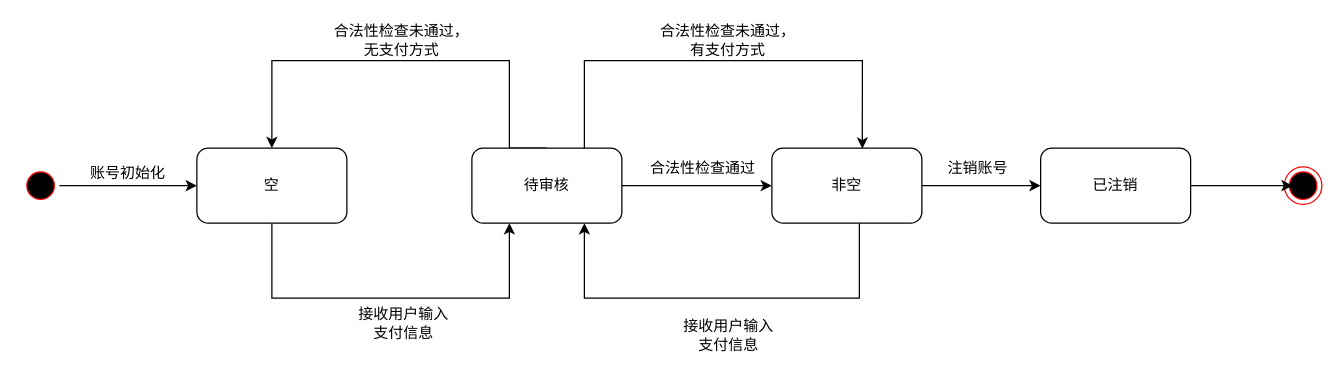
The draw.io diagram Wallet状态图.drawio in PomeloLemon/SoftwareDiagrams, before the edit. Source tidied: cells renumbered, new cells numbered last; positions are measured from the earlier drawing's top-left corner, leaving out a move shared by most shapes. Both pictures are drawn from the tidied source at 125%, with x=0, y=0 at pixel (21, 21).
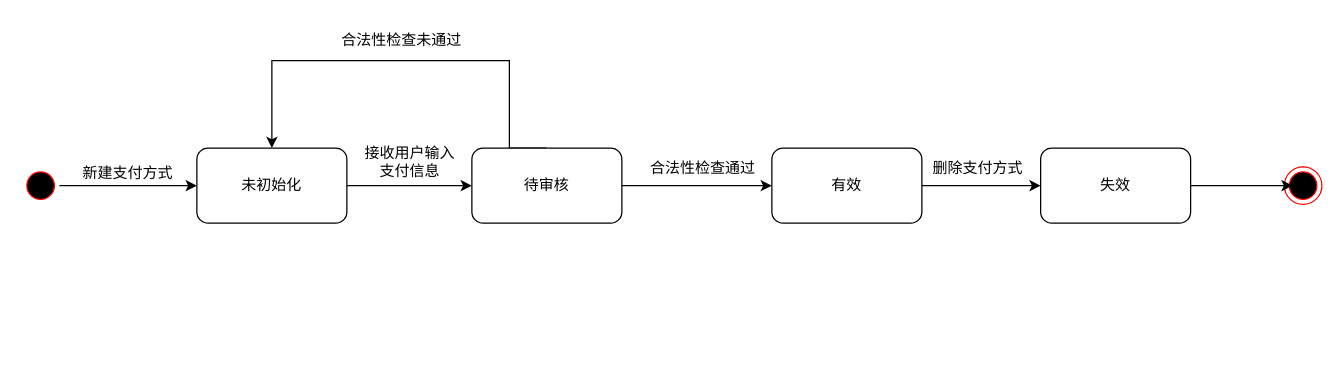
After the change.

Commit message:
更新Wallet状态图.drawio

The change refers to these unchanged cells:
```xml
<mxCell id="9" value="待审核" style="rounded=1;whiteSpace=wrap;html=1;" parent="1" vertex="1">
  <mxGeometry x="360" y="101" width="120" height="60" as="geometry" />
</mxCell>
```

What changed in the source:
```diff
@@
-    <mxCell id="2" style="edgeStyle=orthogonalEdgeStyle;rounded=0;jettySize=auto;html=1;entryX=0.25;entryY=1;entryDx=0;entryDy=0;" parent="1" edge="1" source="3" target="9">
-      <mxGeometry relative="1" as="geometry">
-        <Array as="points">
-          <mxPoint x="200" y="221" />
-          <mxPoint x="390" y="221" />
-        </Array>
-      </mxGeometry>
+    <mxCell id="2" style="edgeStyle=orthogonalEdgeStyle;rounded=0;jettySize=auto;html=1;entryX=0;entryY=0.5;entryDx=0;entryDy=0;" parent="1" edge="1" source="3" target="9">
+      <mxGeometry relative="1" as="geometry" />
     </mxCell>
-    <mxCell id="3" value="空" style="rounded=1;whiteSpace=wrap;html=1;" parent="1" vertex="1">
+    <mxCell id="3" value="未初始化" style="rounded=1;whiteSpace=wrap;html=1;" parent="1" vertex="1">
       <mxGeometry x="140" y="101" width="120" height="60" as="geometry" />
     </mxCell>
@@
-    <mxCell id="6" value="账号初始化" style="text;html=1;strokeColor=none;fillColor=none;align=center;verticalAlign=middle;whiteSpace=wrap;rounded=0;" parent="1" vertex="1">
+    <mxCell id="6" value="新建支付方式" style="text;html=1;strokeColor=none;fillColor=none;align=center;verticalAlign=middle;whiteSpace=wrap;rounded=0;" parent="1" vertex="1">
       <mxGeometry x="20" y="106" width="130" height="30" as="geometry" />
     </mxCell>
@@
     <mxCell id="10" value="接收用户输入&lt;br&gt;支付信息" style="text;html=1;align=center;verticalAlign=middle;strokeColor=none;fillColor=none;" parent="1" vertex="1">
-      <mxGeometry x="255" y="221" width="100" height="40" as="geometry" />
+      <mxGeometry x="260" y="92" width="100" height="40" as="geometry" />
     </mxCell>
-    <mxCell id="11" style="edgeStyle=orthogonalEdgeStyle;rounded=0;jettySize=auto;html=1;entryX=0.75;entryY=1;entryDx=0;entryDy=0;" parent="1" edge="1" source="13" target="9">
-      <mxGeometry relative="1" as="geometry">
-        <Array as="points">
-          <mxPoint x="670" y="221" />
-          <mxPoint x="450" y="221" />
-        </Array>
-      </mxGeometry>
-    </mxCell>
@@
-    <mxCell id="13" value="非空" style="rounded=1;whiteSpace=wrap;html=1;" parent="1" vertex="1">
+    <mxCell id="13" value="有效" style="rounded=1;whiteSpace=wrap;html=1;" parent="1" vertex="1">
       <mxGeometry x="600" y="101" width="120" height="60" as="geometry" />
     </mxCell>
@@
-    <mxCell id="15" value="注销账号" style="text;html=1;strokeColor=none;fillColor=none;align=center;verticalAlign=middle;whiteSpace=wrap;rounded=0;" parent="1" vertex="1">
+    <mxCell id="15" value="删除支付方式" style="text;html=1;strokeColor=none;fillColor=none;align=center;verticalAlign=middle;whiteSpace=wrap;rounded=0;" parent="1" vertex="1">
       <mxGeometry x="700" y="102" width="130" height="30" as="geometry" />
     </mxCell>
-    <mxCell id="16" value="合法性检查未通过，&lt;br&gt;无支付方式" style="text;html=1;strokeColor=none;fillColor=none;align=center;verticalAlign=middle;whiteSpace=wrap;rounded=0;" parent="1" vertex="1">
+    <mxCell id="16" value="合法性检查未通过" style="text;html=1;strokeColor=none;fillColor=none;align=center;verticalAlign=middle;whiteSpace=wrap;rounded=0;" parent="1" vertex="1">
       <mxGeometry x="229" width="150" height="30" as="geometry" />
     </mxCell>
@@
-    <mxCell id="18" value="合法性检查未通过，&lt;br&gt;有支付方式" style="text;html=1;strokeColor=none;fillColor=none;align=center;verticalAlign=middle;whiteSpace=wrap;rounded=0;" parent="1" vertex="1">
-      <mxGeometry x="490" width="150" height="30" as="geometry" />
-    </mxCell>
-    <mxCell id="19" style="edgeStyle=orthogonalEdgeStyle;rounded=0;jettySize=auto;html=1;exitX=0.75;exitY=0;exitDx=0;exitDy=0;entryX=0.603;entryY=0.007;entryDx=0;entryDy=0;entryPerimeter=0;" parent="1" edge="1" source="9" target="13">
-      <mxGeometry relative="1" as="geometry">
-        <Array as="points">
-          <mxPoint x="450" y="31" />
-          <mxPoint x="672" y="31" />
-        </Array>
-      </mxGeometry>
-    </mxCell>
-    <mxCell id="20" value="接收用户输入&lt;br&gt;支付信息" style="text;html=1;align=center;verticalAlign=middle;strokeColor=none;fillColor=none;" parent="1" vertex="1">
-      <mxGeometry x="515" y="231" width="100" height="40" as="geometry" />
-    </mxCell>
-    <mxCell id="21" value="已注销" style="rounded=1;whiteSpace=wrap;html=1;" parent="1" vertex="1">
+    <mxCell id="21" value="失效" style="rounded=1;whiteSpace=wrap;html=1;" parent="1" vertex="1">
       <mxGeometry x="815" y="101" width="120" height="60" as="geometry" />
     </mxCell>
```
